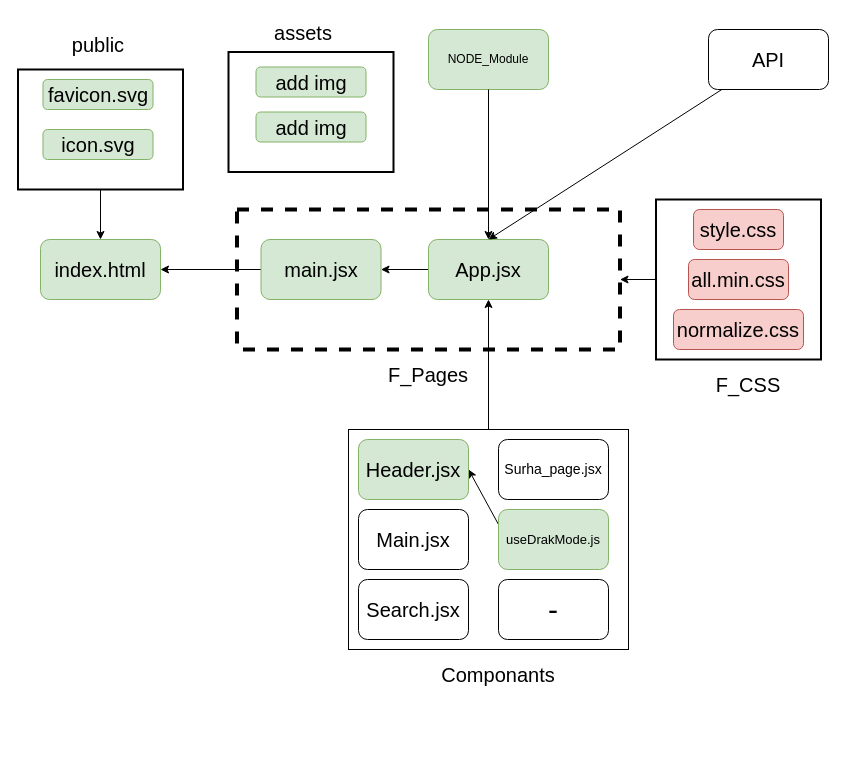
Earlier version of the draw.io diagram src/plan.drawio (HAMZAELMANZARI/Quran). Source tidied: cells renumbered, new cells numbered last; positions are measured from the earlier drawing's top-left corner, leaving out a move shared by most shapes. Both pictures are drawn from the tidied source at 100%, with x=0, y=0 at pixel (18, 17).
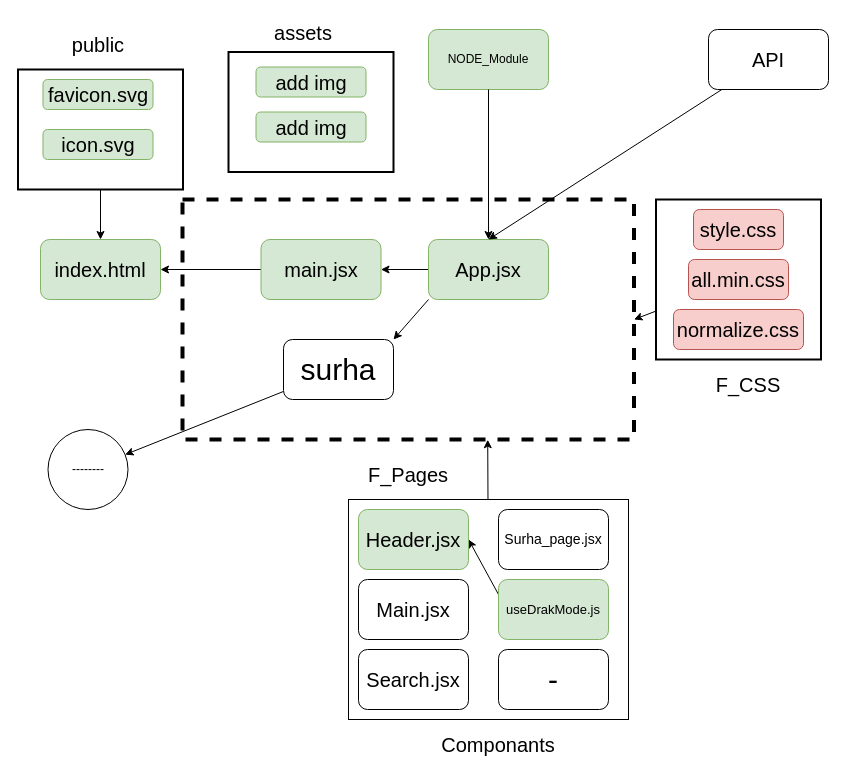
The same page after the edit.

The change refers to these unchanged cells:
```xml
<mxCell id="7" value="&lt;font style=&quot;font-size: 20px;&quot;&gt;App.jsx&lt;/font&gt;" style="rounded=1;whiteSpace=wrap;html=1;fillColor=#d5e8d4;strokeColor=#82b366;" parent="1" vertex="1">
  <mxGeometry x="410" y="222" width="120" height="60" as="geometry" />
</mxCell>
```

Change to the diagram source:
```diff
@@
     <mxCell id="2" style="whiteSpace=wrap;html=1;strokeWidth=4;dashed=1;fillColor=none;" parent="1" vertex="1">
-      <mxGeometry x="218.5" y="192" width="383" height="140" as="geometry" />
+      <mxGeometry x="164" y="182" width="451.5" height="240" as="geometry" />
     </mxCell>
@@
+    <mxCell id="38" style="edgeStyle=none;html=1;exitX=0;exitY=1;exitDx=0;exitDy=0;entryX=1;entryY=0;entryDx=0;entryDy=0;" parent="1" edge="1" source="7" target="40">
+      <mxGeometry relative="1" as="geometry" />
+    </mxCell>
@@
-    <mxCell id="8" style="edgeStyle=none;html=1;entryX=0.5;entryY=1;entryDx=0;entryDy=0;" parent="1" edge="1" source="9" target="7">
+    <mxCell id="8" style="edgeStyle=none;html=1;entryX=0.676;entryY=1.001;entryDx=0;entryDy=0;entryPerimeter=0;" parent="1" edge="1" source="9" target="2">
       <mxGeometry relative="1" as="geometry" />
     </mxCell>
     <mxCell id="9" style="whiteSpace=wrap;html=1;" parent="1" vertex="1">
-      <mxGeometry x="330" y="412" width="280" height="220" as="geometry" />
+      <mxGeometry x="330" y="482" width="280" height="220" as="geometry" />
     </mxCell>
     <mxCell id="10" value="&lt;font style=&quot;font-size: 20px;&quot;&gt;Main.jsx&lt;/font&gt;" style="rounded=1;whiteSpace=wrap;html=1;" parent="1" vertex="1">
-      <mxGeometry x="340" y="492" width="110" height="60" as="geometry" />
+      <mxGeometry x="340" y="562" width="110" height="60" as="geometry" />
     </mxCell>
     <mxCell id="11" value="&lt;font style=&quot;font-size: 20px;&quot;&gt;Search.jsx&lt;/font&gt;" style="rounded=1;whiteSpace=wrap;html=1;" parent="1" vertex="1">
-      <mxGeometry x="340" y="562" width="110" height="60" as="geometry" />
+      <mxGeometry x="340" y="632" width="110" height="60" as="geometry" />
     </mxCell>
     <mxCell id="12" value="&lt;font style=&quot;font-size: 14px;&quot;&gt;Surha_page.jsx&lt;/font&gt;" style="rounded=1;whiteSpace=wrap;html=1;" parent="1" vertex="1">
-      <mxGeometry x="480" y="422" width="110" height="60" as="geometry" />
+      <mxGeometry x="480" y="492" width="110" height="60" as="geometry" />
     </mxCell>
@@
     <mxCell id="14" value="&lt;font style=&quot;font-size: 13px;&quot;&gt;useDrakMode.js&lt;/font&gt;" style="rounded=1;whiteSpace=wrap;html=1;fillColor=#d5e8d4;strokeColor=#82b366;" parent="1" vertex="1">
-      <mxGeometry x="480" y="492" width="110" height="60" as="geometry" />
+      <mxGeometry x="480" y="562" width="110" height="60" as="geometry" />
     </mxCell>
     <mxCell id="15" value="&lt;font style=&quot;font-size: 30px;&quot;&gt;-&lt;/font&gt;" style="rounded=1;whiteSpace=wrap;html=1;" parent="1" vertex="1">
-      <mxGeometry x="480" y="562" width="110" height="60" as="geometry" />
+      <mxGeometry x="480" y="632" width="110" height="60" as="geometry" />
     </mxCell>
     <mxCell id="16" value="&lt;font style=&quot;font-size: 20px;&quot;&gt;Componants&lt;/font&gt;" style="text;html=1;whiteSpace=wrap;strokeColor=none;fillColor=none;align=center;verticalAlign=middle;rounded=0;" parent="1" vertex="1">
-      <mxGeometry x="450" y="642" width="60" height="30" as="geometry" />
+      <mxGeometry x="450" y="712" width="60" height="30" as="geometry" />
     </mxCell>
@@
     <mxCell id="19" value="&lt;font style=&quot;font-size: 20px;&quot;&gt;Header.jsx&lt;/font&gt;" style="rounded=1;whiteSpace=wrap;html=1;fillColor=#d5e8d4;strokeColor=#82b366;" parent="1" vertex="1">
-      <mxGeometry x="340" y="422" width="110" height="60" as="geometry" />
+      <mxGeometry x="340" y="492" width="110" height="60" as="geometry" />
     </mxCell>
     <mxCell id="20" value="&lt;span style=&quot;font-size: 20px;&quot;&gt;F_Pages&lt;/span&gt;" style="text;html=1;whiteSpace=wrap;strokeColor=none;fillColor=none;align=center;verticalAlign=middle;rounded=0;" parent="1" vertex="1">
-      <mxGeometry x="380" y="342" width="60" height="30" as="geometry" />
+      <mxGeometry x="360" y="442" width="60" height="30" as="geometry" />
     </mxCell>
@@
+    <mxCell id="39" style="edgeStyle=none;html=1;" parent="1" edge="1" source="40" target="41">
+      <mxGeometry relative="1" as="geometry" />
+    </mxCell>
+    <mxCell id="40" value="&lt;font style=&quot;font-size: 30px;&quot;&gt;surha&lt;/font&gt;" style="rounded=1;whiteSpace=wrap;html=1;" parent="1" vertex="1">
+      <mxGeometry x="265" y="322" width="110" height="60" as="geometry" />
+    </mxCell>
+    <mxCell id="41" value="--------" style="ellipse;whiteSpace=wrap;html=1;shapeInside=1;rounded=1;" parent="1" vertex="1">
+      <mxGeometry x="29.5" y="412" width="80" height="80" as="geometry" />
+    </mxCell>
```
